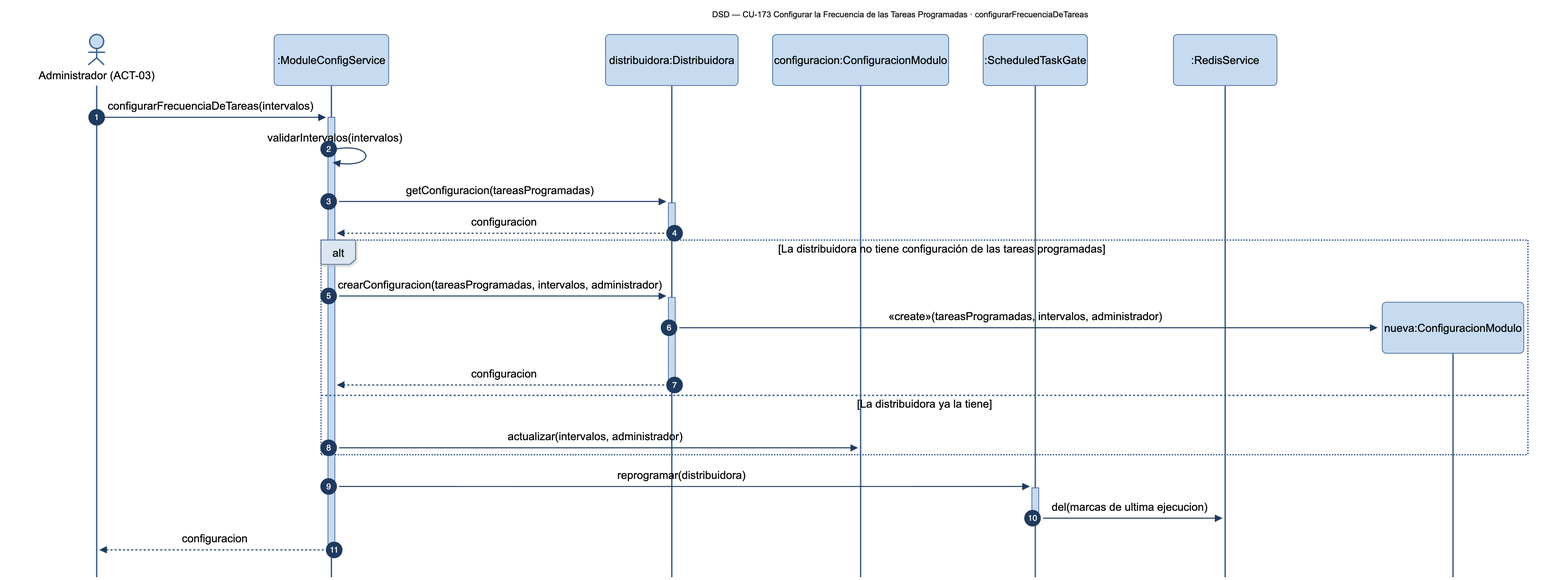
This is diagramas/png/DSD_CU-173_configurarFrecuenciaDeTareas.png from Nahuelito-Dev/splg-docs, a Mermaid export, as it was before one commit. Its source is kept beside it as diagramas/DSD_CU-173_configurarFrecuenciaDeTareas.mmd. The source it was exported from:
```mermaid
sequenceDiagram
    title DSD — CU-173 Configurar la Frecuencia de las Tareas Programadas · configurarFrecuenciaDeTareas
    autonumber
    actor ADM as Administrador (ACT-03)
    participant SRV as :ModuleConfigService
    participant DIS as distribuidora:Distribuidora
    participant CFG as configuracion:ConfiguracionModulo
    participant GAT as :ScheduledTaskGate
    participant RDS as :RedisService

    ADM->>+SRV: configurarFrecuenciaDeTareas(intervalos)
    SRV->>SRV: validarIntervalos(intervalos)
    SRV->>+DIS: getConfiguracion(tareasProgramadas)
    DIS-->>-SRV: configuracion
    alt La distribuidora no tiene configuración de las tareas programadas
        SRV->>+DIS: crearConfiguracion(tareasProgramadas, intervalos, administrador)
        create participant NCF as nueva:ConfiguracionModulo
        DIS->>NCF: «create»(tareasProgramadas, intervalos, administrador)
        DIS-->>-SRV: configuracion
    else La distribuidora ya la tiene
        SRV->>CFG: actualizar(intervalos, administrador)
    end
    SRV->>+GAT: reprogramar(distribuidora)
    GAT->>RDS: del(marcas de ultima ejecucion)
    deactivate GAT
    SRV-->>-ADM: configuracion
```
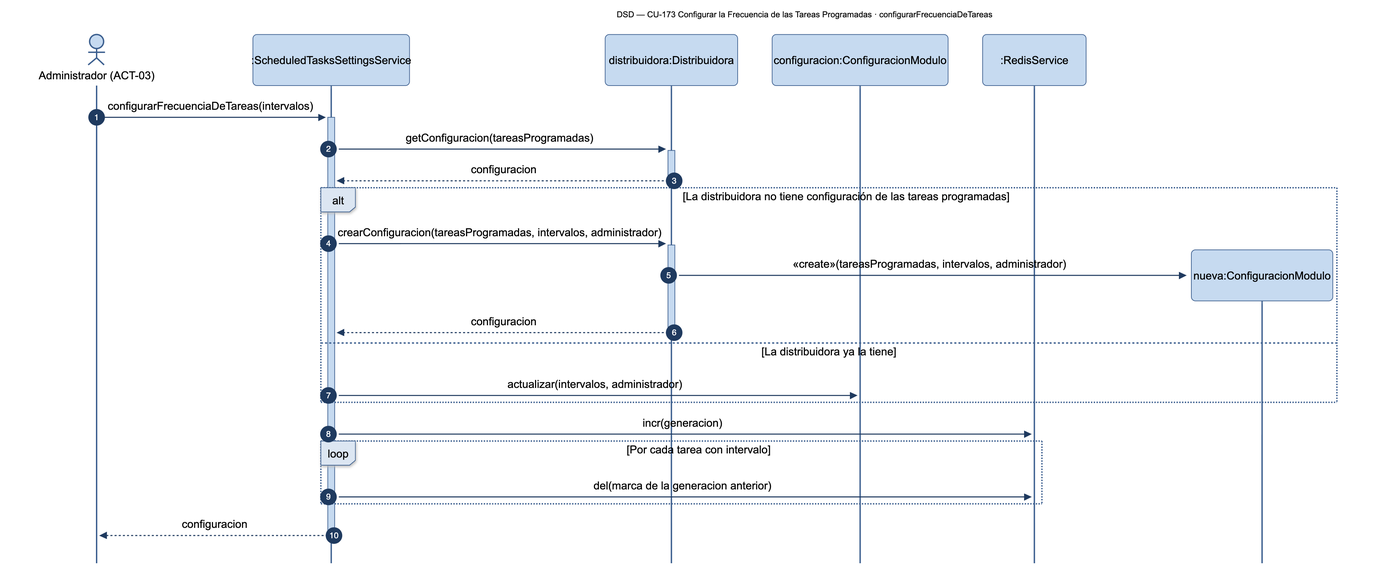
Above is the later version.

Change to the diagram source:
```diff
@@ -2,14 +2,12 @@
     title DSD — CU-173 Configurar la Frecuencia de las Tareas Programadas · configurarFrecuenciaDeTareas
     autonumber
     actor ADM as Administrador (ACT-03)
-    participant SRV as :ModuleConfigService
+    participant SRV as :ScheduledTasksSettingsService
     participant DIS as distribuidora:Distribuidora
     participant CFG as configuracion:ConfiguracionModulo
-    participant GAT as :ScheduledTaskGate
     participant RDS as :RedisService
 
     ADM->>+SRV: configurarFrecuenciaDeTareas(intervalos)
-    SRV->>SRV: validarIntervalos(intervalos)
     SRV->>+DIS: getConfiguracion(tareasProgramadas)
     DIS-->>-SRV: configuracion
     alt La distribuidora no tiene configuración de las tareas programadas
@@ -20,7 +18,8 @@
     else La distribuidora ya la tiene
         SRV->>CFG: actualizar(intervalos, administrador)
     end
-    SRV->>+GAT: reprogramar(distribuidora)
-    GAT->>RDS: del(marcas de ultima ejecucion)
-    deactivate GAT
+    SRV->>RDS: incr(generacion)
+    loop Por cada tarea con intervalo
+        SRV->>RDS: del(marca de la generacion anterior)
+    end
     SRV-->>-ADM: configuracion
```
